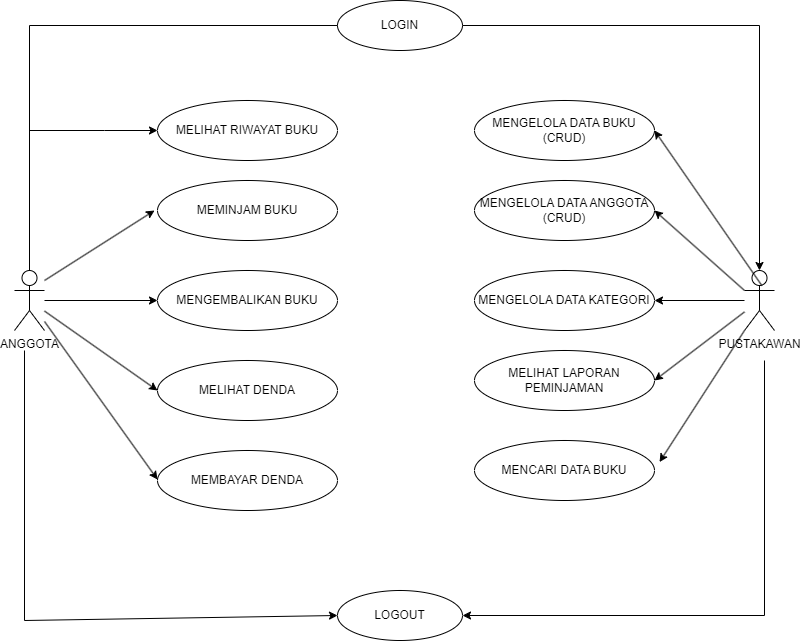
Earlier version of the draw.io export usecaseperpus.drawio.png (dheanaura/usecasediagram). Source tidied: cells renumbered, new cells last; positions are measured from the earlier drawing's top-left corner, leaving out a move shared by most shapes. Source of this version:
```xml
<mxGraphModel>
  <root>
    <mxCell id="0" />
    <mxCell id="1" parent="0" />
    <mxCell id="2" style="edgeStyle=orthogonalEdgeStyle;rounded=0;jettySize=auto;html=1;" parent="1" edge="1" source="4" target="9">
      <mxGeometry relative="1" as="geometry">
        <Array as="points">
          <mxPoint x="90" y="130" />
          <mxPoint x="90" y="130" />
        </Array>
      </mxGeometry>
    </mxCell>
    <mxCell id="3" style="edgeStyle=orthogonalEdgeStyle;rounded=0;jettySize=auto;html=1;" parent="1" edge="1" source="4" target="8">
      <mxGeometry relative="1" as="geometry" />
    </mxCell>
    <mxCell id="4" value="ANGGOTA" style="shape=umlActor;verticalLabelPosition=bottom;verticalAlign=top;html=1;outlineConnect=0;" parent="1" vertex="1">
      <mxGeometry y="270" width="30" height="60" as="geometry" />
    </mxCell>
    <mxCell id="5" value="LOGIN" style="ellipse;whiteSpace=wrap;html=1;" parent="1" vertex="1">
      <mxGeometry x="323" width="125" height="50" as="geometry" />
    </mxCell>
    <mxCell id="6" style="endArrow=none;html=1;rounded=0;" parent="1" edge="1" source="4" target="5">
      <mxGeometry relative="1" as="geometry">
        <Array as="points">
          <mxPoint x="15" y="25" />
        </Array>
      </mxGeometry>
    </mxCell>
    <mxCell id="7" value="MEMINJAM BUKU" style="ellipse;whiteSpace=wrap;html=1;" parent="1" vertex="1">
      <mxGeometry x="143" y="180" width="180" height="60" as="geometry" />
    </mxCell>
    <mxCell id="8" value="MENGEMBALIKAN BUKU" style="ellipse;whiteSpace=wrap;html=1;" parent="1" vertex="1">
      <mxGeometry x="143" y="270" width="180" height="60" as="geometry" />
    </mxCell>
    <mxCell id="9" value="MELIHAT RIWAYAT BUKU" style="ellipse;whiteSpace=wrap;html=1;" parent="1" vertex="1">
      <mxGeometry x="143" y="100" width="180" height="60" as="geometry" />
    </mxCell>
    <mxCell id="10" style="edgeStyle=orthogonalEdgeStyle;rounded=0;jettySize=auto;html=1;" parent="1" edge="1" source="11" target="20">
      <mxGeometry relative="1" as="geometry" />
    </mxCell>
    <mxCell id="11" value="PUSTAKAWAN" style="shape=umlActor;verticalLabelPosition=bottom;verticalAlign=top;html=1;outlineConnect=0;" parent="1" vertex="1">
      <mxGeometry x="730" y="270" width="30" height="60" as="geometry" />
    </mxCell>
    <mxCell id="12" value="MELIHAT DENDA" style="ellipse;whiteSpace=wrap;html=1;" parent="1" vertex="1">
      <mxGeometry x="143" y="360" width="180" height="60" as="geometry" />
    </mxCell>
    <mxCell id="13" value="MEMBAYAR DENDA" style="ellipse;whiteSpace=wrap;html=1;" parent="1" vertex="1">
      <mxGeometry x="143" y="450" width="180" height="60" as="geometry" />
    </mxCell>
    <mxCell id="14" style="endArrow=classic;html=1;rounded=0;" parent="1" edge="1">
      <mxGeometry relative="1" as="geometry">
        <mxPoint x="30" y="280" as="sourcePoint" />
        <mxPoint x="140" y="210" as="targetPoint" />
      </mxGeometry>
    </mxCell>
    <mxCell id="15" style="endArrow=classic;html=1;rounded=0;entryX=0;entryY=0.5;entryDx=0;entryDy=0;" parent="1" edge="1" source="4" target="12">
      <mxGeometry relative="1" as="geometry" />
    </mxCell>
    <mxCell id="16" style="endArrow=classic;html=1;rounded=0;entryX=0;entryY=0.5;entryDx=0;entryDy=0;" parent="1" edge="1" source="4">
      <mxGeometry relative="1" as="geometry">
        <mxPoint x="143" y="479" as="targetPoint" />
      </mxGeometry>
    </mxCell>
    <mxCell id="17" value="MENGELOLA DATA BUKU&lt;br&gt;(CRUD)" style="ellipse;whiteSpace=wrap;html=1;" parent="1" vertex="1">
      <mxGeometry x="460" y="100" width="180" height="60" as="geometry" />
    </mxCell>
    <mxCell id="18" style="edgeStyle=orthogonalEdgeStyle;rounded=0;jettySize=auto;html=1;entryX=0.5;entryY=0;entryDx=0;entryDy=0;entryPerimeter=0;" parent="1" edge="1" source="5" target="11">
      <mxGeometry relative="1" as="geometry" />
    </mxCell>
    <mxCell id="19" value="MENGELOLA DATA ANGGOTA&lt;br&gt;(CRUD)" style="ellipse;whiteSpace=wrap;html=1;" parent="1" vertex="1">
      <mxGeometry x="460" y="180" width="180" height="60" as="geometry" />
    </mxCell>
    <mxCell id="20" value="MENGELOLA DATA KATEGORI" style="ellipse;whiteSpace=wrap;html=1;" parent="1" vertex="1">
      <mxGeometry x="460" y="270" width="180" height="60" as="geometry" />
    </mxCell>
    <mxCell id="21" value="MELIHAT LAPORAN PEMINJAMAN" style="ellipse;whiteSpace=wrap;html=1;" parent="1" vertex="1">
      <mxGeometry x="460" y="350" width="180" height="60" as="geometry" />
    </mxCell>
    <mxCell id="22" value="MENCARI DATA BUKU" style="ellipse;whiteSpace=wrap;html=1;" parent="1" vertex="1">
      <mxGeometry x="460" y="440" width="180" height="60" as="geometry" />
    </mxCell>
    <mxCell id="23" style="endArrow=classic;html=1;rounded=0;exitX=0.578;exitY=0.251;exitDx=0;exitDy=0;exitPerimeter=0;entryX=1;entryY=0.5;entryDx=0;entryDy=0;" parent="1" edge="1" source="11" target="17">
      <mxGeometry relative="1" as="geometry" />
    </mxCell>
    <mxCell id="24" style="endArrow=classic;html=1;rounded=0;entryX=1;entryY=0.5;entryDx=0;entryDy=0;exitX=0;exitY=0.3333333333333333;exitDx=0;exitDy=0;exitPerimeter=0;" parent="1" edge="1" source="11" target="19">
      <mxGeometry relative="1" as="geometry" />
    </mxCell>
    <mxCell id="25" style="endArrow=classic;html=1;rounded=0;entryX=1;entryY=0.5;entryDx=0;entryDy=0;" parent="1" edge="1" source="11" target="21">
      <mxGeometry relative="1" as="geometry" />
    </mxCell>
    <mxCell id="26" style="endArrow=classic;html=1;rounded=0;exitX=0;exitY=1;exitDx=0;exitDy=0;exitPerimeter=0;entryX=1.028;entryY=0.359;entryDx=0;entryDy=0;entryPerimeter=0;" parent="1" edge="1" source="11" target="22">
      <mxGeometry relative="1" as="geometry" />
    </mxCell>
    <mxCell id="27" value="LOGOUT" style="ellipse;whiteSpace=wrap;html=1;" parent="1" vertex="1">
      <mxGeometry x="323" y="590" width="125" height="50" as="geometry" />
    </mxCell>
    <mxCell id="28" style="endArrow=classic;html=1;rounded=0;entryX=0;entryY=0.5;entryDx=0;entryDy=0;" parent="1" edge="1" target="27">
      <mxGeometry relative="1" as="geometry">
        <mxPoint x="10" y="350" as="sourcePoint" />
        <Array as="points">
          <mxPoint x="10" y="620" />
        </Array>
      </mxGeometry>
    </mxCell>
    <mxCell id="29" style="endArrow=classic;html=1;rounded=0;entryX=1;entryY=0.5;entryDx=0;entryDy=0;" parent="1" edge="1" target="27">
      <mxGeometry relative="1" as="geometry">
        <mxPoint x="750" y="360" as="sourcePoint" />
        <Array as="points">
          <mxPoint x="750" y="615" />
        </Array>
      </mxGeometry>
    </mxCell>
  </root>
</mxGraphModel>
```
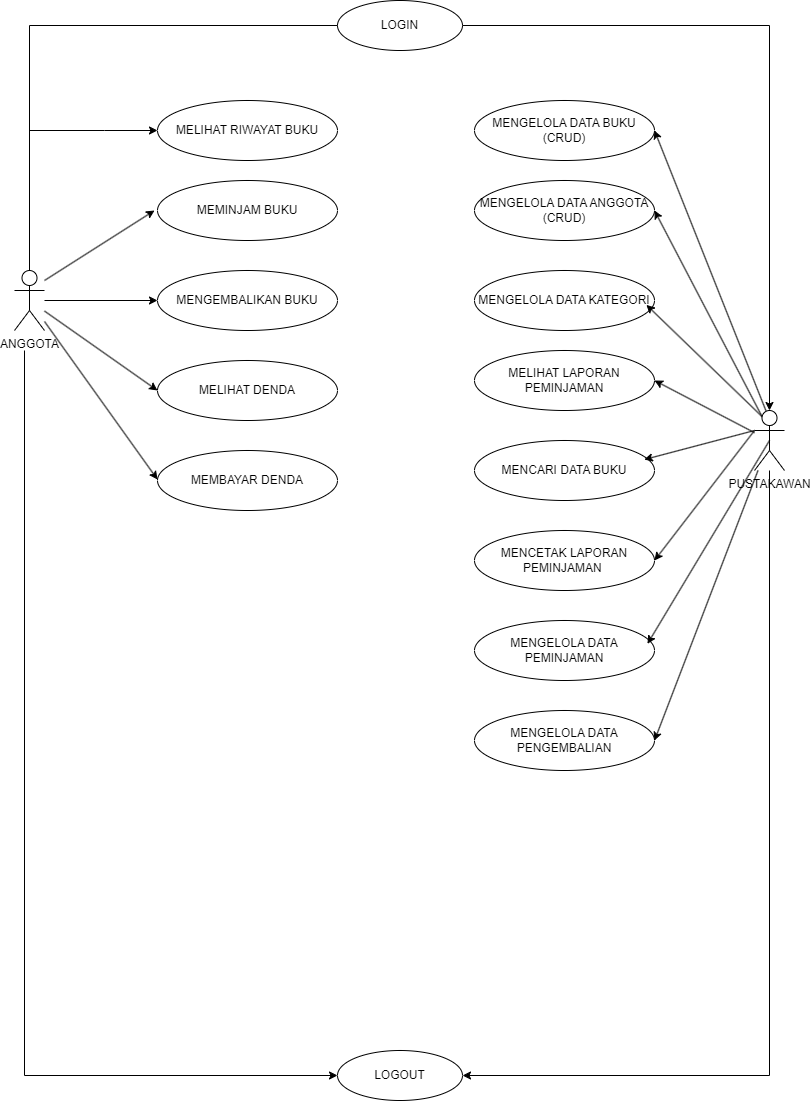
The same diagram one commit later.

Change to the diagram source:
```diff
@@ -35,12 +35,6 @@
     <mxCell id="9" value="MELIHAT RIWAYAT BUKU" style="ellipse;whiteSpace=wrap;html=1;" parent="1" vertex="1">
       <mxGeometry x="143" y="100" width="180" height="60" as="geometry" />
     </mxCell>
-    <mxCell id="10" style="edgeStyle=orthogonalEdgeStyle;rounded=0;jettySize=auto;html=1;" parent="1" edge="1" source="11" target="20">
-      <mxGeometry relative="1" as="geometry" />
-    </mxCell>
-    <mxCell id="11" value="PUSTAKAWAN" style="shape=umlActor;verticalLabelPosition=bottom;verticalAlign=top;html=1;outlineConnect=0;" parent="1" vertex="1">
-      <mxGeometry x="730" y="270" width="30" height="60" as="geometry" />
-    </mxCell>
     <mxCell id="12" value="MELIHAT DENDA" style="ellipse;whiteSpace=wrap;html=1;" parent="1" vertex="1">
       <mxGeometry x="143" y="360" width="180" height="60" as="geometry" />
     </mxCell>
@@ -82,33 +76,56 @@
     <mxCell id="23" style="endArrow=classic;html=1;rounded=0;exitX=0.578;exitY=0.251;exitDx=0;exitDy=0;exitPerimeter=0;entryX=1;entryY=0.5;entryDx=0;entryDy=0;" parent="1" edge="1" source="11" target="17">
       <mxGeometry relative="1" as="geometry" />
     </mxCell>
-    <mxCell id="24" style="endArrow=classic;html=1;rounded=0;entryX=1;entryY=0.5;entryDx=0;entryDy=0;exitX=0;exitY=0.3333333333333333;exitDx=0;exitDy=0;exitPerimeter=0;" parent="1" edge="1" source="11" target="19">
+    <mxCell id="24" style="endArrow=classic;html=1;rounded=0;entryX=1;entryY=0.5;entryDx=0;entryDy=0;exitX=0.25;exitY=0.1;exitDx=0;exitDy=0;exitPerimeter=0;" parent="1" edge="1" source="11" target="19">
       <mxGeometry relative="1" as="geometry" />
     </mxCell>
     <mxCell id="25" style="endArrow=classic;html=1;rounded=0;entryX=1;entryY=0.5;entryDx=0;entryDy=0;" parent="1" edge="1" source="11" target="21">
       <mxGeometry relative="1" as="geometry" />
     </mxCell>
-    <mxCell id="26" style="endArrow=classic;html=1;rounded=0;exitX=0;exitY=1;exitDx=0;exitDy=0;exitPerimeter=0;entryX=1.028;entryY=0.359;entryDx=0;entryDy=0;entryPerimeter=0;" parent="1" edge="1" source="11" target="22">
+    <mxCell id="26" style="endArrow=classic;html=1;rounded=0;exitX=0;exitY=0.3333333333333333;exitDx=0;exitDy=0;exitPerimeter=0;entryX=0.943;entryY=0.318;entryDx=0;entryDy=0;entryPerimeter=0;" parent="1" edge="1" source="11" target="22">
       <mxGeometry relative="1" as="geometry" />
     </mxCell>
     <mxCell id="27" value="LOGOUT" style="ellipse;whiteSpace=wrap;html=1;" parent="1" vertex="1">
-      <mxGeometry x="323" y="590" width="125" height="50" as="geometry" />
+      <mxGeometry x="323" y="1050" width="125" height="50" as="geometry" />
     </mxCell>
     <mxCell id="28" style="endArrow=classic;html=1;rounded=0;entryX=0;entryY=0.5;entryDx=0;entryDy=0;" parent="1" edge="1" target="27">
       <mxGeometry relative="1" as="geometry">
         <mxPoint x="10" y="350" as="sourcePoint" />
         <Array as="points">
-          <mxPoint x="10" y="620" />
+          <mxPoint x="10" y="1075" />
         </Array>
       </mxGeometry>
     </mxCell>
-    <mxCell id="29" style="endArrow=classic;html=1;rounded=0;entryX=1;entryY=0.5;entryDx=0;entryDy=0;" parent="1" edge="1" target="27">
+    <mxCell id="29" style="endArrow=classic;html=1;rounded=0;entryX=1;entryY=0.5;entryDx=0;entryDy=0;" parent="1" edge="1" source="11" target="27">
       <mxGeometry relative="1" as="geometry">
-        <mxPoint x="750" y="360" as="sourcePoint" />
         <Array as="points">
-          <mxPoint x="750" y="615" />
+          <mxPoint x="755" y="1075" />
         </Array>
       </mxGeometry>
     </mxCell>
+    <mxCell id="30" value="MENGELOLA DATA&lt;br&gt;PENGEMBALIAN" style="ellipse;whiteSpace=wrap;html=1;" parent="1" vertex="1">
+      <mxGeometry x="460" y="710" width="180" height="60" as="geometry" />
+    </mxCell>
+    <mxCell id="31" value="MENCETAK LAPORAN&lt;br&gt;PEMINJAMAN&amp;nbsp;" style="ellipse;whiteSpace=wrap;html=1;" parent="1" vertex="1">
+      <mxGeometry x="460" y="530" width="180" height="60" as="geometry" />
+    </mxCell>
+    <mxCell id="32" value="MENGELOLA DATA&lt;br&gt;PEMINJAMAN" style="ellipse;whiteSpace=wrap;html=1;" parent="1" vertex="1">
+      <mxGeometry x="460" y="620" width="180" height="60" as="geometry" />
+    </mxCell>
+    <mxCell id="11" value="PUSTAKAWAN" style="shape=umlActor;verticalLabelPosition=bottom;verticalAlign=top;html=1;outlineConnect=0;" parent="1" vertex="1">
+      <mxGeometry x="740" y="410" width="30" height="60" as="geometry" />
+    </mxCell>
+    <mxCell id="10" style="endArrow=classic;html=1;rounded=0;entryX=0.955;entryY=0.573;entryDx=0;entryDy=0;entryPerimeter=0;exitX=0.25;exitY=0.1;exitDx=0;exitDy=0;exitPerimeter=0;" parent="1" edge="1" source="11" target="20">
+      <mxGeometry relative="1" as="geometry" />
+    </mxCell>
+    <mxCell id="33" style="endArrow=classic;html=1;rounded=0;entryX=1;entryY=0.5;entryDx=0;entryDy=0;exitX=0;exitY=0.3333333333333333;exitDx=0;exitDy=0;exitPerimeter=0;" parent="1" edge="1" source="11" target="31">
+      <mxGeometry relative="1" as="geometry" />
+    </mxCell>
+    <mxCell id="34" style="endArrow=classic;html=1;rounded=0;entryX=0.961;entryY=0.389;entryDx=0;entryDy=0;entryPerimeter=0;exitX=0.5;exitY=0.5;exitDx=0;exitDy=0;exitPerimeter=0;" parent="1" edge="1" source="11" target="32">
+      <mxGeometry relative="1" as="geometry" />
+    </mxCell>
+    <mxCell id="35" style="endArrow=classic;html=1;rounded=0;entryX=1;entryY=0.5;entryDx=0;entryDy=0;" parent="1" edge="1" source="11" target="30">
+      <mxGeometry relative="1" as="geometry" />
+    </mxCell>
   </root>
 </mxGraphModel>
```
